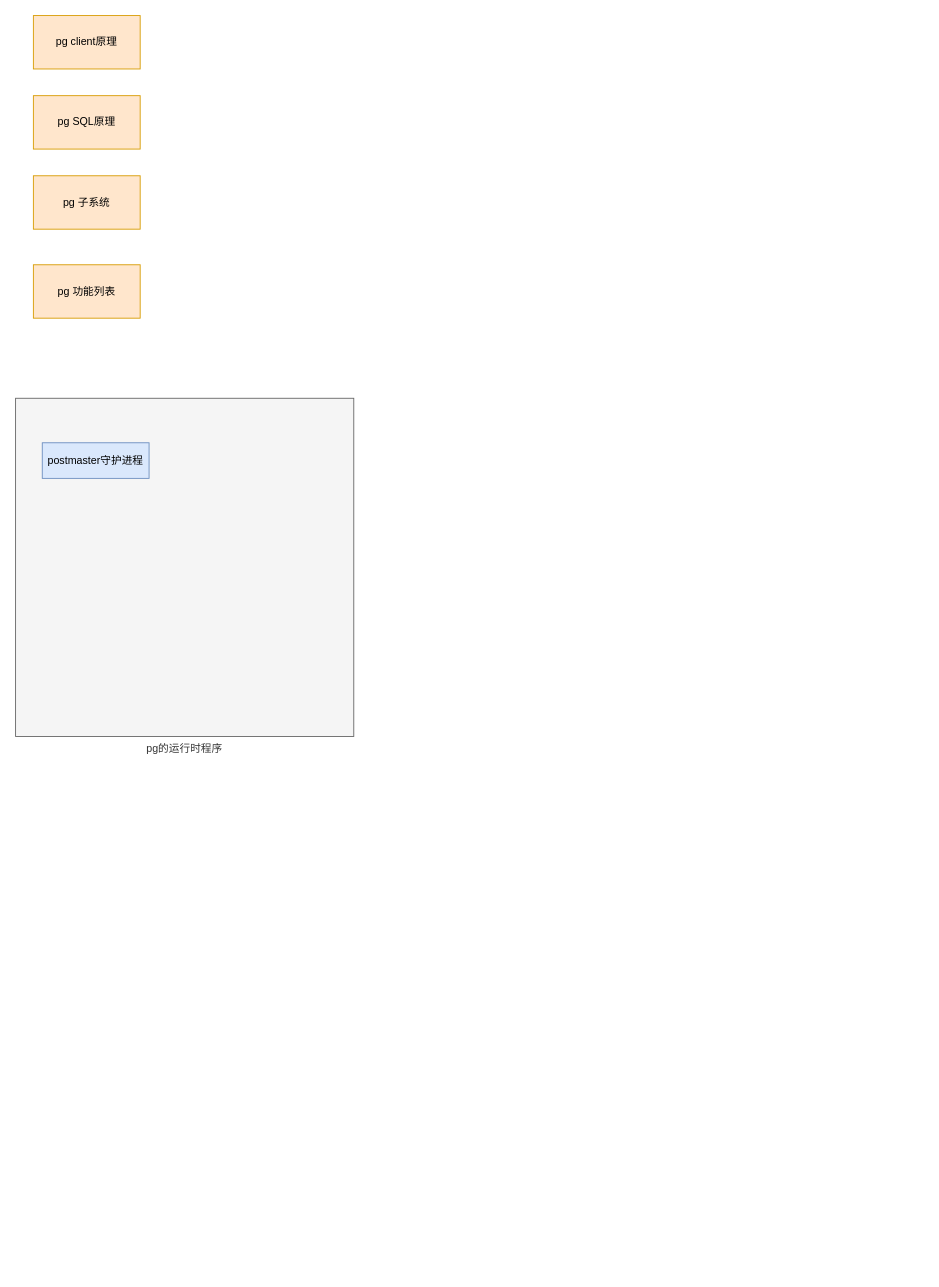
Earlier version of the draw.io diagram pg kernel.drawio (chenlei87/utils). Source tidied: cells renumbered, new cells numbered last; positions are measured from the earlier drawing's top-left corner, leaving out a move shared by most shapes. Both pictures are drawn from the tidied source at 89%, with x=0, y=0 at pixel (15, 15).
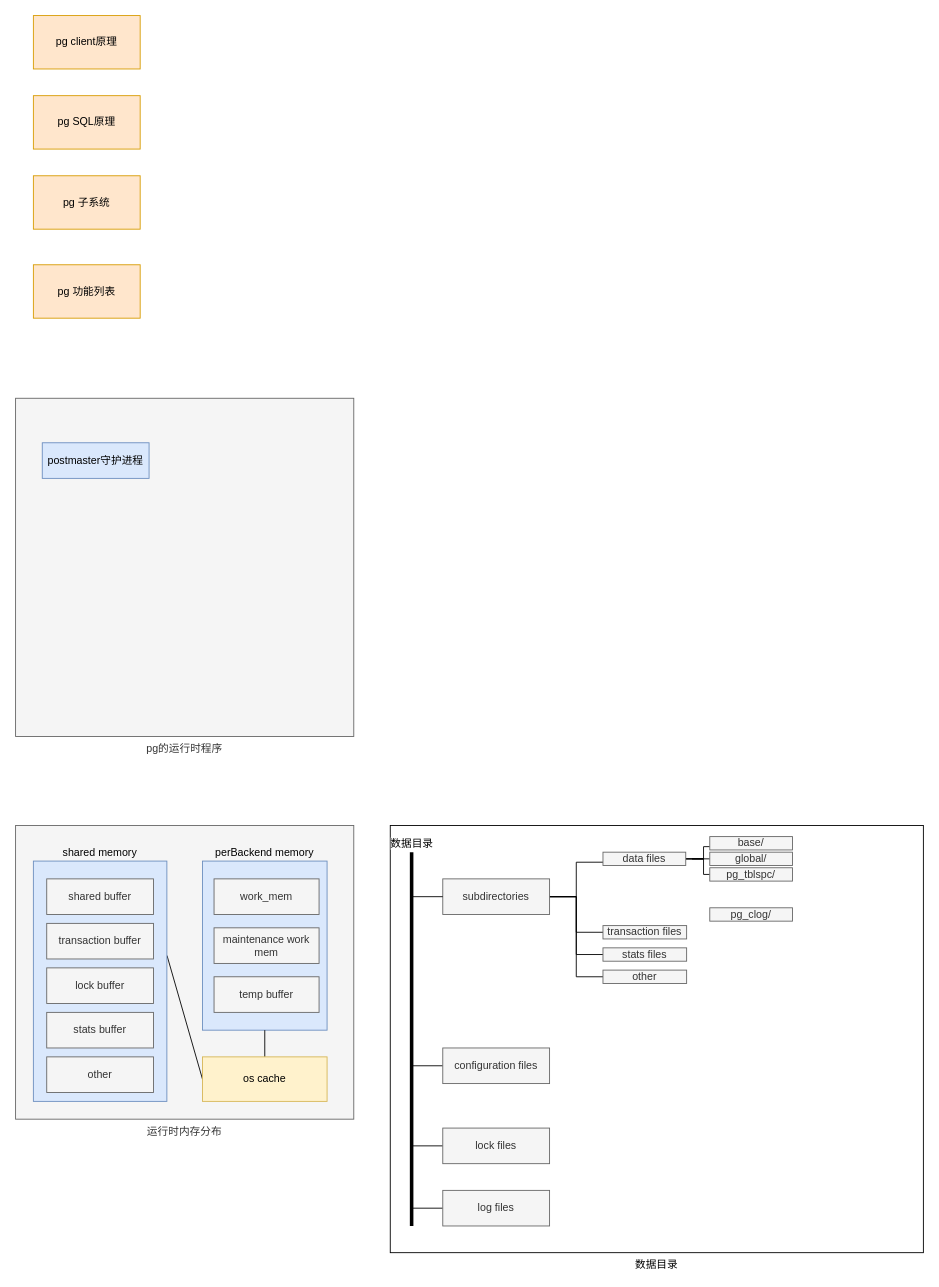
Above is the later version.

What changed in the source:
```diff
@@
+    <mxCell id="8" value="数据目录" style="rounded=0;whiteSpace=wrap;html=1;labelPosition=center;verticalLabelPosition=bottom;align=center;verticalAlign=top;" parent="1" vertex="1">
+      <mxGeometry x="421" y="910" width="599" height="480" as="geometry" />
+    </mxCell>
@@
+    <mxCell id="9" value="运行时内存分布&lt;br&gt;" style="rounded=0;whiteSpace=wrap;html=1;fillColor=#f5f5f5;strokeColor=#666666;labelPosition=center;verticalLabelPosition=bottom;align=center;verticalAlign=top;fontColor=#333333;" parent="1" vertex="1">
+      <mxGeometry y="910" width="380" height="330" as="geometry" />
+    </mxCell>
+    <mxCell id="10" style="rounded=0;jettySize=auto;html=1;entryX=0;entryY=0.5;entryDx=0;entryDy=0;exitX=1.001;exitY=0.393;exitDx=0;exitDy=0;endArrow=none;endFill=0;exitPerimeter=0;" parent="1" edge="1" source="11" target="14">
+      <mxGeometry relative="1" as="geometry" />
+    </mxCell>
+    <mxCell id="11" value="shared memory" style="rounded=0;whiteSpace=wrap;html=1;fillColor=#dae8fc;strokeColor=#6c8ebf;labelPosition=center;verticalLabelPosition=top;align=center;verticalAlign=bottom;" parent="1" vertex="1">
+      <mxGeometry x="20" y="950" width="150" height="270" as="geometry" />
+    </mxCell>
+    <mxCell id="12" value="perBackend memory" style="rounded=0;whiteSpace=wrap;html=1;fillColor=#dae8fc;strokeColor=#6c8ebf;labelPosition=center;verticalLabelPosition=top;align=center;verticalAlign=bottom;" parent="1" vertex="1">
+      <mxGeometry x="210" y="950" width="140" height="190" as="geometry" />
+    </mxCell>
+    <mxCell id="13" style="edgeStyle=none;rounded=0;jettySize=auto;html=1;entryX=0.5;entryY=1;entryDx=0;entryDy=0;endArrow=none;endFill=0;" parent="1" edge="1" source="14" target="12">
+      <mxGeometry relative="1" as="geometry" />
+    </mxCell>
+    <mxCell id="14" value="os cache&lt;br&gt;" style="rounded=0;whiteSpace=wrap;html=1;fillColor=#fff2cc;strokeColor=#d6b656;labelPosition=center;verticalLabelPosition=middle;align=center;verticalAlign=middle;" parent="1" vertex="1">
+      <mxGeometry x="210" y="1170" width="140" height="50" as="geometry" />
+    </mxCell>
+    <mxCell id="15" value="shared buffer" style="rounded=0;whiteSpace=wrap;html=1;fillColor=#f5f5f5;strokeColor=#666666;fontColor=#333333;" parent="1" vertex="1">
+      <mxGeometry x="35" y="970" width="120" height="40" as="geometry" />
+    </mxCell>
+    <mxCell id="16" value="transaction buffer" style="rounded=0;whiteSpace=wrap;html=1;fillColor=#f5f5f5;strokeColor=#666666;fontColor=#333333;" parent="1" vertex="1">
+      <mxGeometry x="35" y="1020" width="120" height="40" as="geometry" />
+    </mxCell>
+    <mxCell id="17" value="lock buffer" style="rounded=0;whiteSpace=wrap;html=1;fillColor=#f5f5f5;strokeColor=#666666;fontColor=#333333;" parent="1" vertex="1">
+      <mxGeometry x="35" y="1070" width="120" height="40" as="geometry" />
+    </mxCell>
+    <mxCell id="18" value="stats buffer" style="rounded=0;whiteSpace=wrap;html=1;fillColor=#f5f5f5;strokeColor=#666666;fontColor=#333333;" parent="1" vertex="1">
+      <mxGeometry x="35" y="1120" width="120" height="40" as="geometry" />
+    </mxCell>
+    <mxCell id="19" value="other" style="rounded=0;whiteSpace=wrap;html=1;fillColor=#f5f5f5;strokeColor=#666666;fontColor=#333333;" parent="1" vertex="1">
+      <mxGeometry x="35" y="1170" width="120" height="40" as="geometry" />
+    </mxCell>
+    <mxCell id="20" value="work_mem" style="rounded=0;whiteSpace=wrap;html=1;fillColor=#f5f5f5;strokeColor=#666666;fontColor=#333333;" parent="1" vertex="1">
+      <mxGeometry x="223" y="970" width="118" height="40" as="geometry" />
+    </mxCell>
+    <mxCell id="21" value="maintenance work mem" style="rounded=0;whiteSpace=wrap;html=1;fillColor=#f5f5f5;strokeColor=#666666;fontColor=#333333;" parent="1" vertex="1">
+      <mxGeometry x="223" y="1025" width="118" height="40" as="geometry" />
+    </mxCell>
+    <mxCell id="22" value="temp buffer" style="rounded=0;whiteSpace=wrap;html=1;fillColor=#f5f5f5;strokeColor=#666666;fontColor=#333333;" parent="1" vertex="1">
+      <mxGeometry x="223" y="1080" width="118" height="40" as="geometry" />
+    </mxCell>
+    <mxCell id="23" style="edgeStyle=orthogonalEdgeStyle;rounded=0;jettySize=auto;html=1;entryX=0;entryY=0.75;entryDx=0;entryDy=0;endArrow=none;endFill=0;" parent="1" edge="1" source="27" target="39">
+      <mxGeometry relative="1" as="geometry" />
+    </mxCell>
+    <mxCell id="24" style="edgeStyle=orthogonalEdgeStyle;rounded=0;jettySize=auto;html=1;endArrow=none;endFill=0;entryX=0;entryY=0.5;entryDx=0;entryDy=0;" parent="1" edge="1" source="27" target="41">
+      <mxGeometry relative="1" as="geometry" />
+    </mxCell>
+    <mxCell id="25" style="edgeStyle=orthogonalEdgeStyle;rounded=0;jettySize=auto;html=1;endArrow=none;endFill=0;entryX=0;entryY=0.5;entryDx=0;entryDy=0;" parent="1" edge="1" source="27" target="42">
+      <mxGeometry relative="1" as="geometry" />
+    </mxCell>
+    <mxCell id="26" style="edgeStyle=orthogonalEdgeStyle;rounded=0;jettySize=auto;html=1;entryX=0;entryY=0.5;entryDx=0;entryDy=0;endArrow=none;endFill=0;" parent="1" edge="1" source="27" target="43">
+      <mxGeometry relative="1" as="geometry" />
+    </mxCell>
+    <mxCell id="27" value="subdirectories" style="rounded=0;whiteSpace=wrap;html=1;fillColor=#f5f5f5;strokeColor=#666666;fontColor=#333333;" parent="1" vertex="1">
+      <mxGeometry x="480" y="970" width="120" height="40" as="geometry" />
+    </mxCell>
+    <mxCell id="28" style="edgeStyle=none;rounded=0;jettySize=auto;html=1;entryX=0;entryY=0.5;entryDx=0;entryDy=0;endArrow=none;endFill=0;" parent="1" edge="1" source="29" target="27">
+      <mxGeometry relative="1" as="geometry" />
+    </mxCell>
+    <mxCell id="29" value="数据目录" style="line;strokeWidth=4;direction=south;html=1;perimeter=backbonePerimeter;points=[];outlineConnect=0;labelPosition=center;verticalLabelPosition=top;align=center;verticalAlign=bottom;" parent="1" vertex="1">
+      <mxGeometry x="440" y="940" width="10" height="420" as="geometry" />
+    </mxCell>
+    <mxCell id="30" style="edgeStyle=none;rounded=0;jettySize=auto;html=1;endArrow=none;endFill=0;" parent="1" edge="1" source="31" target="29">
+      <mxGeometry relative="1" as="geometry" />
+    </mxCell>
+    <mxCell id="31" value="configuration files" style="rounded=0;whiteSpace=wrap;html=1;fillColor=#f5f5f5;strokeColor=#666666;fontColor=#333333;" parent="1" vertex="1">
+      <mxGeometry x="480" y="1160" width="120" height="40" as="geometry" />
+    </mxCell>
+    <mxCell id="32" style="edgeStyle=none;rounded=0;jettySize=auto;html=1;endArrow=none;endFill=0;" parent="1" edge="1" source="33" target="29">
+      <mxGeometry relative="1" as="geometry" />
+    </mxCell>
+    <mxCell id="33" value="lock files" style="rounded=0;whiteSpace=wrap;html=1;fillColor=#f5f5f5;strokeColor=#666666;fontColor=#333333;" parent="1" vertex="1">
+      <mxGeometry x="480" y="1250" width="120" height="40" as="geometry" />
+    </mxCell>
+    <mxCell id="34" style="edgeStyle=none;rounded=0;jettySize=auto;html=1;endArrow=none;endFill=0;" parent="1" edge="1" source="35" target="29">
+      <mxGeometry relative="1" as="geometry" />
+    </mxCell>
+    <mxCell id="35" value="log files" style="rounded=0;whiteSpace=wrap;html=1;fillColor=#f5f5f5;strokeColor=#666666;fontColor=#333333;" parent="1" vertex="1">
+      <mxGeometry x="480" y="1320" width="120" height="40" as="geometry" />
+    </mxCell>
+    <mxCell id="36" style="edgeStyle=orthogonalEdgeStyle;rounded=0;jettySize=auto;html=1;endArrow=none;endFill=0;entryX=0;entryY=0.75;entryDx=0;entryDy=0;" parent="1" edge="1" source="39" target="40">
+      <mxGeometry relative="1" as="geometry" />
+    </mxCell>
+    <mxCell id="37" style="edgeStyle=orthogonalEdgeStyle;rounded=0;jettySize=auto;html=1;entryX=0;entryY=0.5;entryDx=0;entryDy=0;endArrow=none;endFill=0;" parent="1" edge="1" source="39" target="44">
+      <mxGeometry relative="1" as="geometry" />
+    </mxCell>
+    <mxCell id="38" style="edgeStyle=orthogonalEdgeStyle;rounded=0;jettySize=auto;html=1;entryX=0;entryY=0.5;entryDx=0;entryDy=0;endArrow=none;endFill=0;" parent="1" edge="1" source="39" target="45">
+      <mxGeometry relative="1" as="geometry" />
+    </mxCell>
+    <mxCell id="39" value="data files" style="rounded=0;whiteSpace=wrap;html=1;fillColor=#f5f5f5;strokeColor=#666666;fontColor=#333333;" parent="1" vertex="1">
+      <mxGeometry x="660" y="940" width="93" height="15" as="geometry" />
+    </mxCell>
+    <mxCell id="40" value="base/" style="rounded=0;whiteSpace=wrap;html=1;fillColor=#f5f5f5;strokeColor=#666666;fontColor=#333333;" parent="1" vertex="1">
+      <mxGeometry x="780" y="922.5" width="93" height="15" as="geometry" />
+    </mxCell>
+    <mxCell id="41" value="transaction files" style="rounded=0;whiteSpace=wrap;html=1;fillColor=#f5f5f5;strokeColor=#666666;fontColor=#333333;" parent="1" vertex="1">
+      <mxGeometry x="660" y="1022.5" width="94" height="15" as="geometry" />
+    </mxCell>
+    <mxCell id="42" value="stats files" style="rounded=0;whiteSpace=wrap;html=1;fillColor=#f5f5f5;strokeColor=#666666;fontColor=#333333;" parent="1" vertex="1">
+      <mxGeometry x="660" y="1047.5" width="94" height="15" as="geometry" />
+    </mxCell>
+    <mxCell id="43" value="other" style="rounded=0;whiteSpace=wrap;html=1;fillColor=#f5f5f5;strokeColor=#666666;fontColor=#333333;" parent="1" vertex="1">
+      <mxGeometry x="660" y="1072.5" width="94" height="15" as="geometry" />
+    </mxCell>
+    <mxCell id="44" value="global/" style="rounded=0;whiteSpace=wrap;html=1;fillColor=#f5f5f5;strokeColor=#666666;fontColor=#333333;" parent="1" vertex="1">
+      <mxGeometry x="780" y="940" width="93" height="15" as="geometry" />
+    </mxCell>
+    <mxCell id="45" value="pg_tblspc/" style="rounded=0;whiteSpace=wrap;html=1;fillColor=#f5f5f5;strokeColor=#666666;fontColor=#333333;" parent="1" vertex="1">
+      <mxGeometry x="780" y="957.5" width="93" height="15" as="geometry" />
+    </mxCell>
+    <mxCell id="46" value="pg_clog/" style="rounded=0;whiteSpace=wrap;html=1;fillColor=#f5f5f5;strokeColor=#666666;fontColor=#333333;" parent="1" vertex="1">
+      <mxGeometry x="780" y="1002.5" width="93" height="15" as="geometry" />
+    </mxCell>
```
